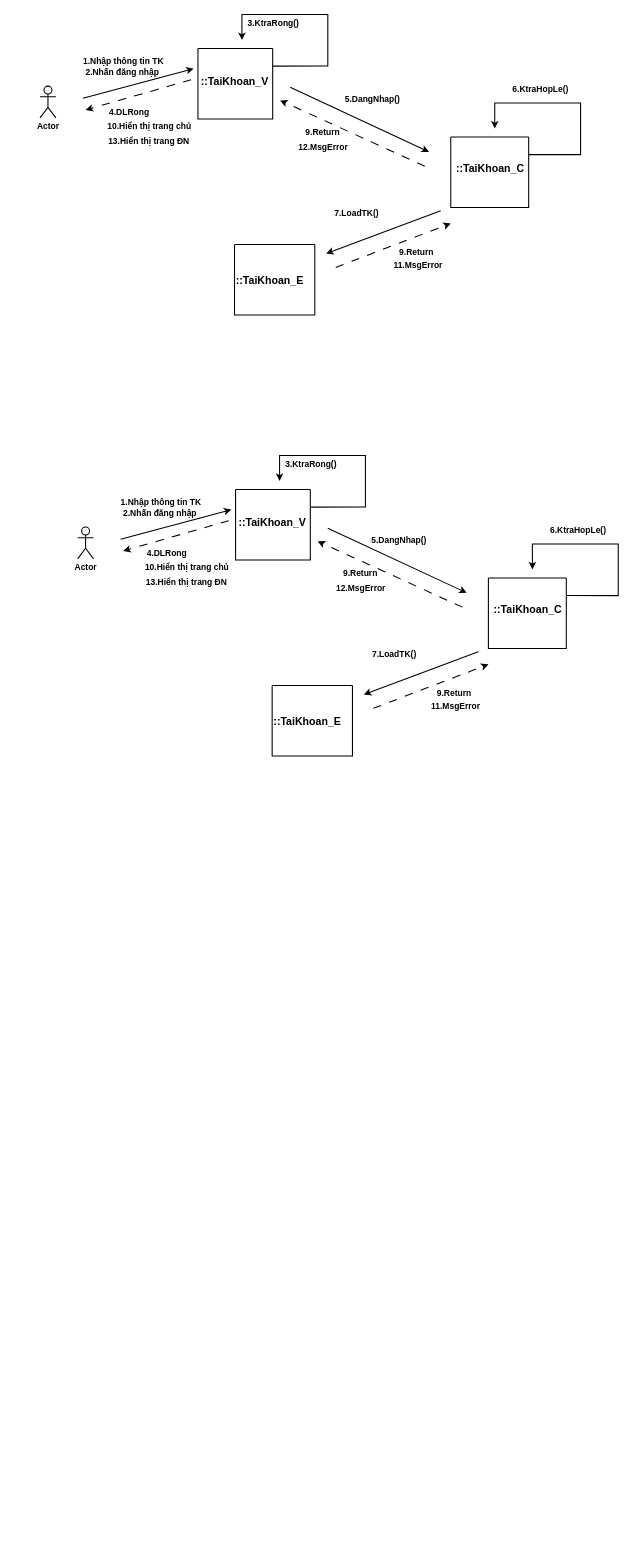
The draw.io diagram C6SODO.drawio in nguyenngocnghia112k/DOANCN, before the edit. Source tidied: cells renumbered, new cells numbered last; positions are measured from the earlier drawing's top-left corner, leaving out a move shared by most shapes. Both pictures are drawn from the tidied source at 53%, with x=0, y=0 at pixel (40, 14).
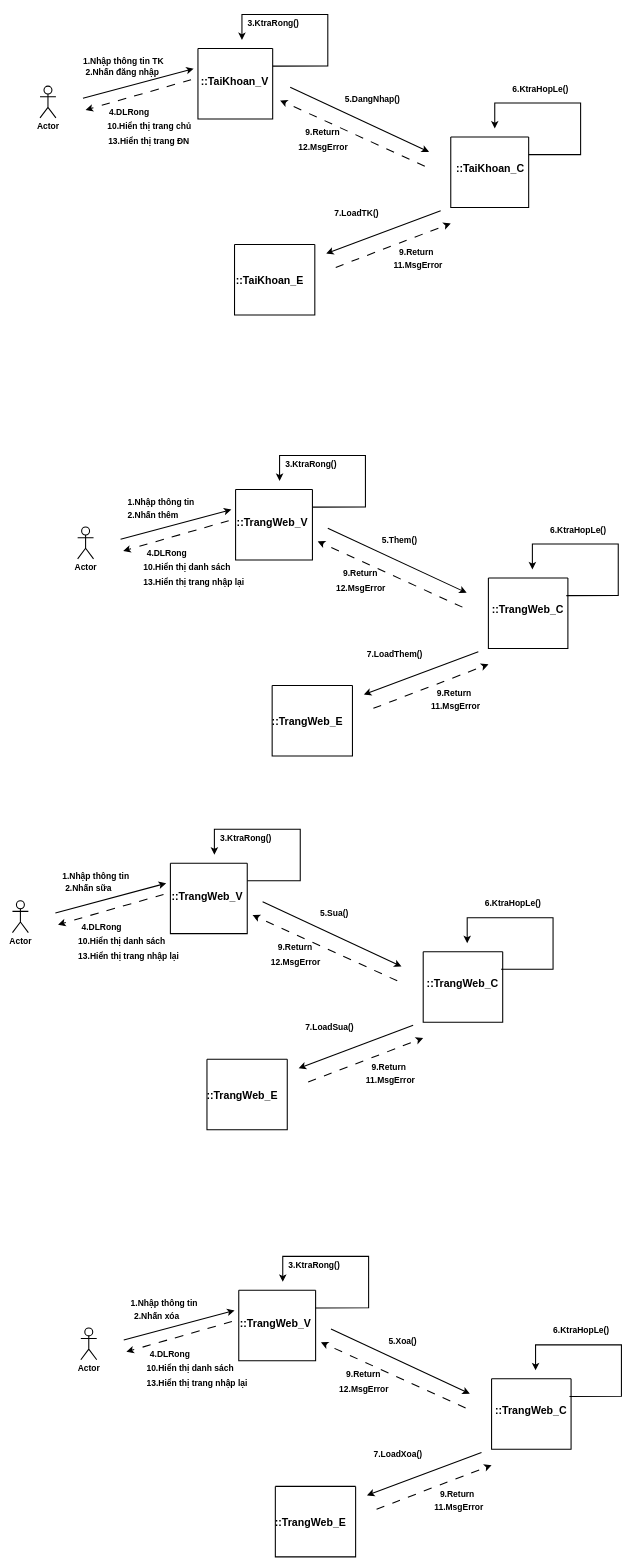
The same diagram, later.

Commit message (it also covers changes not shown here):
Cập nhật C6SODO.drawio

Unchanged cells that the change refers to:
```xml
<mxCell id="38" style="swimlane;startSize=0;fontSize=20;fontStyle=1;strokeWidth=2;html=1;" parent="1" vertex="1">
  <mxGeometry x="438" y="1266" width="151.5" height="133" as="geometry" />
</mxCell>
```

What changed in the source:
```diff
@@
     <mxCell id="31" style="swimlane;startSize=0;fontSize=20;fontStyle=1;strokeWidth=2;html=1;" parent="1" vertex="1">
-      <mxGeometry x="369" y="896" width="141" height="133" as="geometry" />
+      <mxGeometry x="369" y="896" width="145" height="133" as="geometry" />
     </mxCell>
-    <mxCell id="32" value="::TaiKhoan_V" style="text;html=1;align=center;verticalAlign=middle;strokeColor=none;fillColor=none;fontSize=20;fontStyle=1;strokeWidth=2;" parent="31" vertex="1">
-      <mxGeometry x="-4" y="44" width="145" height="36" as="geometry" />
+    <mxCell id="32" value="::TrangWeb_V" style="text;html=1;align=center;verticalAlign=middle;strokeColor=none;fillColor=none;fontSize=20;fontStyle=1;strokeWidth=2;" parent="31" vertex="1">
+      <mxGeometry x="-7" y="44" width="152" height="36" as="geometry" />
     </mxCell>
@@
-    <mxCell id="34" value="1.Nhập thông tin TK" style="text;html=1;align=center;verticalAlign=middle;strokeColor=none;fillColor=none;fontSize=16;fontStyle=1;strokeWidth=2;" parent="1" vertex="1">
-      <mxGeometry x="143" y="904" width="170" height="31" as="geometry" />
+    <mxCell id="34" value="1.Nhập thông tin" style="text;html=1;align=center;verticalAlign=middle;strokeColor=none;fillColor=none;fontSize=16;fontStyle=1;strokeWidth=2;" parent="1" vertex="1">
+      <mxGeometry x="156" y="904" width="144" height="31" as="geometry" />
     </mxCell>
@@
     <mxCell id="36" style="swimlane;startSize=0;fontSize=20;fontStyle=1;strokeWidth=2;html=1;" parent="1" vertex="1">
-      <mxGeometry x="846" y="1063" width="147" height="133" as="geometry" />
+      <mxGeometry x="846" y="1063" width="150" height="133" as="geometry" />
     </mxCell>
-    <mxCell id="37" value="::TaiKhoan_C" style="text;html=1;align=center;verticalAlign=middle;strokeColor=none;fillColor=none;fontSize=20;fontStyle=1;strokeWidth=2;" parent="36" vertex="1">
-      <mxGeometry y="41" width="147" height="36" as="geometry" />
+    <mxCell id="37" value="::TrangWeb_C" style="text;html=1;align=center;verticalAlign=middle;strokeColor=none;fillColor=none;fontSize=20;fontStyle=1;strokeWidth=2;" parent="36" vertex="1">
+      <mxGeometry x="-3" y="41" width="153" height="36" as="geometry" />
     </mxCell>
@@
-    <mxCell id="39" value="::TaiKhoan_E" style="text;html=1;align=center;verticalAlign=middle;strokeColor=none;fillColor=none;fontSize=20;fontStyle=1;strokeWidth=2;" parent="38" vertex="1">
-      <mxGeometry x="-7" y="48.5" width="145" height="36" as="geometry" />
+    <mxCell id="39" value="::TrangWeb_E" style="text;html=1;align=center;verticalAlign=middle;strokeColor=none;fillColor=none;fontSize=20;fontStyle=1;strokeWidth=2;" parent="38" vertex="1">
+      <mxGeometry x="-10" y="48.5" width="152" height="36" as="geometry" />
     </mxCell>
-    <mxCell id="40" value="2.Nhấn đăng nhập" style="text;html=1;align=center;verticalAlign=middle;strokeColor=none;fillColor=none;fontSize=16;fontStyle=1;strokeWidth=2;" parent="1" vertex="1">
-      <mxGeometry x="147" y="925" width="157" height="31" as="geometry" />
+    <mxCell id="40" value="2.Nhấn thêm" style="text;html=1;align=center;verticalAlign=middle;strokeColor=none;fillColor=none;fontSize=16;fontStyle=1;strokeWidth=2;" parent="1" vertex="1">
+      <mxGeometry x="156" y="928" width="114" height="31" as="geometry" />
     </mxCell>
@@
-    <mxCell id="51" value="10.Hiển thị trang chủ" style="text;html=1;align=center;verticalAlign=middle;strokeColor=none;fillColor=none;fontSize=16;strokeWidth=2;fontStyle=1;" parent="1" vertex="1">
-      <mxGeometry x="189" y="1027" width="176" height="31" as="geometry" />
+    <mxCell id="51" value="10.Hiển thị danh sách" style="text;html=1;align=center;verticalAlign=middle;strokeColor=none;fillColor=none;fontSize=16;strokeWidth=2;fontStyle=1;" parent="1" vertex="1">
+      <mxGeometry x="186" y="1027" width="182" height="31" as="geometry" />
     </mxCell>
-    <mxCell id="52" value="13.Hiển thị trang ĐN" style="text;html=1;align=center;verticalAlign=middle;strokeColor=none;fillColor=none;fontSize=16;strokeWidth=2;fontStyle=1;" parent="1" vertex="1">
-      <mxGeometry x="190" y="1055" width="171" height="31" as="geometry" />
+    <mxCell id="52" value="13.Hiển thị trang nhập lại" style="text;html=1;align=center;verticalAlign=middle;strokeColor=none;fillColor=none;fontSize=16;strokeWidth=2;fontStyle=1;" parent="1" vertex="1">
+      <mxGeometry x="186" y="1055" width="208" height="31" as="geometry" />
     </mxCell>
@@
-    <mxCell id="54" value="7.LoadTK()" style="text;html=1;align=center;verticalAlign=middle;strokeColor=none;fillColor=none;fontSize=16;strokeWidth=2;fontStyle=1;" parent="1" vertex="1">
-      <mxGeometry x="617" y="1190" width="102" height="31" as="geometry" />
+    <mxCell id="54" value="7.LoadThem()" style="text;html=1;align=center;verticalAlign=middle;strokeColor=none;fillColor=none;fontSize=16;strokeWidth=2;fontStyle=1;" parent="1" vertex="1">
+      <mxGeometry x="607" y="1190" width="123" height="31" as="geometry" />
     </mxCell>
@@
-    <mxCell id="56" value="5.DangNhap()" style="text;html=1;align=center;verticalAlign=middle;strokeColor=none;fillColor=none;fontSize=16;fontStyle=1;" parent="1" vertex="1">
-      <mxGeometry x="616" y="975" width="122" height="31" as="geometry" />
+    <mxCell id="56" value="5.Them()" style="text;html=1;align=center;verticalAlign=middle;strokeColor=none;fillColor=none;fontSize=16;fontStyle=1;" parent="1" vertex="1">
+      <mxGeometry x="635" y="975" width="85" height="31" as="geometry" />
     </mxCell>
@@
+    <mxCell id="58" style="endArrow=classic;html=1;rounded=0;fontSize=12;startSize=8;endSize=8;edgeStyle=orthogonalEdgeStyle;exitX=1;exitY=0.25;exitDx=0;exitDy=0;fontStyle=1;strokeWidth=2;" parent="1" edge="1" source="60">
+      <mxGeometry relative="1" as="geometry">
+        <mxPoint x="329" y="1585.1" as="targetPoint" />
+        <Array as="points">
+          <mxPoint x="393" y="1634.1" />
+          <mxPoint x="491" y="1634.1" />
+          <mxPoint x="491" y="1537.1" />
+          <mxPoint x="329" y="1537.1" />
+        </Array>
+      </mxGeometry>
+    </mxCell>
+    <mxCell id="59" value="Actor" style="shape=umlActor;verticalLabelPosition=bottom;verticalAlign=top;html=1;fontSize=16;perimeterSpacing=0;strokeWidth=2;fontStyle=1;" parent="1" vertex="1">
+      <mxGeometry x="-52" y="1672.1" width="30" height="60" as="geometry" />
+    </mxCell>
+    <mxCell id="60" style="swimlane;startSize=0;fontSize=20;fontStyle=1;strokeWidth=2;html=1;" parent="1" vertex="1">
+      <mxGeometry x="246" y="1601.1" width="145" height="133" as="geometry" />
+    </mxCell>
+    <mxCell id="61" value="::TrangWeb_V" style="text;html=1;align=center;verticalAlign=middle;strokeColor=none;fillColor=none;fontSize=20;fontStyle=1;strokeWidth=2;" parent="60" vertex="1">
+      <mxGeometry x="-7" y="44" width="152" height="36" as="geometry" />
+    </mxCell>
+    <mxCell id="62" style="endArrow=classic;html=1;rounded=0;fontSize=12;startSize=8;endSize=8;curved=1;fontStyle=1;strokeWidth=2;" parent="1" edge="1">
+      <mxGeometry relative="1" as="geometry">
+        <mxPoint x="29" y="1695.1" as="sourcePoint" />
+        <mxPoint x="238" y="1639.1" as="targetPoint" />
+      </mxGeometry>
+    </mxCell>
+    <mxCell id="63" value="1.Nhập thông tin" style="text;html=1;align=center;verticalAlign=middle;strokeColor=none;fillColor=none;fontSize=16;fontStyle=1;strokeWidth=2;" parent="1" vertex="1">
+      <mxGeometry x="33" y="1609.1" width="144" height="31" as="geometry" />
+    </mxCell>
+    <mxCell id="64" style="endArrow=classic;html=1;rounded=0;fontSize=12;startSize=8;endSize=8;edgeStyle=orthogonalEdgeStyle;exitX=1;exitY=0.25;exitDx=0;exitDy=0;fontStyle=1;strokeWidth=2;" parent="1" edge="1" source="65">
+      <mxGeometry relative="1" as="geometry">
+        <mxPoint x="806" y="1752.1" as="targetPoint" />
+        <Array as="points">
+          <mxPoint x="870" y="1801.1" />
+          <mxPoint x="968" y="1801.1" />
+          <mxPoint x="968" y="1704.1" />
+          <mxPoint x="806" y="1704.1" />
+        </Array>
+      </mxGeometry>
+    </mxCell>
+    <mxCell id="65" style="swimlane;startSize=0;fontSize=20;fontStyle=1;strokeWidth=2;html=1;" parent="1" vertex="1">
+      <mxGeometry x="723" y="1768.1" width="150" height="133" as="geometry" />
+    </mxCell>
+    <mxCell id="66" value="::TrangWeb_C" style="text;html=1;align=center;verticalAlign=middle;strokeColor=none;fillColor=none;fontSize=20;fontStyle=1;strokeWidth=2;" parent="65" vertex="1">
+      <mxGeometry x="-3" y="41" width="153" height="36" as="geometry" />
+    </mxCell>
+    <mxCell id="67" style="swimlane;startSize=0;fontSize=20;fontStyle=1;strokeWidth=2;html=1;" parent="1" vertex="1">
+      <mxGeometry x="315" y="1971.1" width="151.5" height="133" as="geometry" />
+    </mxCell>
+    <mxCell id="68" value="::TrangWeb_E" style="text;html=1;align=center;verticalAlign=middle;strokeColor=none;fillColor=none;fontSize=20;fontStyle=1;strokeWidth=2;" parent="67" vertex="1">
+      <mxGeometry x="-10" y="48.5" width="152" height="36" as="geometry" />
+    </mxCell>
+    <mxCell id="69" value="2.Nhấn sữa" style="text;html=1;align=center;verticalAlign=middle;strokeColor=none;fillColor=none;fontSize=16;fontStyle=1;strokeWidth=2;" parent="1" vertex="1">
+      <mxGeometry x="38" y="1633.1" width="105" height="31" as="geometry" />
+    </mxCell>
+    <mxCell id="70" value="3.KtraRong()" style="text;html=1;align=center;verticalAlign=middle;strokeColor=none;fillColor=none;fontSize=16;strokeWidth=2;fontStyle=1;" parent="1" vertex="1">
+      <mxGeometry x="330" y="1538.1" width="115" height="31" as="geometry" />
+    </mxCell>
+    <mxCell id="71" style="endArrow=classic;html=1;rounded=0;fontSize=12;startSize=8;endSize=8;curved=1;dashed=1;dashPattern=8 8;strokeWidth=2;fontStyle=1;" parent="1" edge="1">
+      <mxGeometry relative="1" as="geometry">
+        <mxPoint x="233" y="1660.1" as="sourcePoint" />
+        <mxPoint x="34" y="1717.1" as="targetPoint" />
+      </mxGeometry>
+    </mxCell>
+    <mxCell id="72" style="endArrow=classic;html=1;rounded=0;fontSize=12;startSize=8;endSize=8;curved=1;dashed=1;dashPattern=8 8;strokeWidth=2;fontStyle=1;" parent="1" edge="1">
+      <mxGeometry relative="1" as="geometry">
+        <mxPoint x="674" y="1823.1" as="sourcePoint" />
+        <mxPoint x="401" y="1699.1" as="targetPoint" />
+      </mxGeometry>
+    </mxCell>
+    <mxCell id="73" style="endArrow=classic;html=1;rounded=0;fontSize=12;startSize=8;endSize=8;curved=1;fontStyle=1;strokeWidth=2;" parent="1" edge="1">
+      <mxGeometry relative="1" as="geometry">
+        <mxPoint x="420" y="1674.1" as="sourcePoint" />
+        <mxPoint x="682" y="1796.1" as="targetPoint" />
+      </mxGeometry>
+    </mxCell>
+    <mxCell id="74" style="endArrow=classic;html=1;rounded=0;fontSize=12;startSize=8;endSize=8;curved=1;fontStyle=1;strokeWidth=2;" parent="1" edge="1">
+      <mxGeometry relative="1" as="geometry">
+        <mxPoint x="704" y="1907.1" as="sourcePoint" />
+        <mxPoint x="488" y="1988.1" as="targetPoint" />
+      </mxGeometry>
+    </mxCell>
+    <mxCell id="75" style="endArrow=classic;html=1;rounded=0;fontSize=12;startSize=8;endSize=8;curved=1;dashed=1;dashPattern=8 8;strokeWidth=2;fontStyle=1;" parent="1" edge="1">
+      <mxGeometry relative="1" as="geometry">
+        <mxPoint x="506" y="2014.1" as="sourcePoint" />
+        <mxPoint x="723" y="1931.1" as="targetPoint" />
+      </mxGeometry>
+    </mxCell>
+    <mxCell id="76" value="6.KtraHopLe()" style="text;html=1;align=center;verticalAlign=middle;strokeColor=none;fillColor=none;fontSize=16;strokeWidth=2;fontStyle=1;" parent="1" vertex="1">
+      <mxGeometry x="830" y="1661.1" width="124" height="31" as="geometry" />
+    </mxCell>
+    <mxCell id="77" value="9.Return" style="text;html=1;align=center;verticalAlign=middle;strokeColor=none;fillColor=none;fontSize=16;strokeWidth=2;fontStyle=1;" parent="1" vertex="1">
+      <mxGeometry x="439" y="1743.1" width="83" height="31" as="geometry" />
+    </mxCell>
+    <mxCell id="78" value="12.MsgError" style="text;html=1;align=center;verticalAlign=middle;strokeColor=none;fillColor=none;fontSize=16;strokeWidth=2;fontStyle=1;" parent="1" vertex="1">
+      <mxGeometry x="426" y="1771.1" width="111" height="31" as="geometry" />
+    </mxCell>
+    <mxCell id="79" value="4.DLRong" style="text;html=1;align=center;verticalAlign=middle;strokeColor=none;fillColor=none;fontSize=16;strokeWidth=2;fontStyle=1;" parent="1" vertex="1">
+      <mxGeometry x="69" y="1705.1" width="94" height="31" as="geometry" />
+    </mxCell>
+    <mxCell id="80" value="10.Hiển thị danh sách" style="text;html=1;align=center;verticalAlign=middle;strokeColor=none;fillColor=none;fontSize=16;strokeWidth=2;fontStyle=1;" parent="1" vertex="1">
+      <mxGeometry x="63" y="1732.1" width="182" height="31" as="geometry" />
+    </mxCell>
+    <mxCell id="81" value="13.Hiển thị trang nhập lại" style="text;html=1;align=center;verticalAlign=middle;strokeColor=none;fillColor=none;fontSize=16;strokeWidth=2;fontStyle=1;" parent="1" vertex="1">
+      <mxGeometry x="63" y="1760.1" width="208" height="31" as="geometry" />
+    </mxCell>
+    <mxCell id="82" value="9.Return" style="text;whiteSpace=wrap;html=1;fontSize=16;strokeWidth=2;fontStyle=1;" parent="1" vertex="1">
+      <mxGeometry x="623.5" y="1969.1" width="89" height="41" as="geometry" />
+    </mxCell>
+    <mxCell id="83" value="7.LoadSua()" style="text;html=1;align=center;verticalAlign=middle;strokeColor=none;fillColor=none;fontSize=16;strokeWidth=2;fontStyle=1;" parent="1" vertex="1">
+      <mxGeometry x="491" y="1895.1" width="110" height="31" as="geometry" />
+    </mxCell>
+    <mxCell id="84" value="11.MsgError" style="text;html=1;align=center;verticalAlign=middle;strokeColor=none;fillColor=none;fontSize=16;strokeWidth=2;fontStyle=1;" parent="1" vertex="1">
+      <mxGeometry x="605.5" y="1994.1" width="110" height="31" as="geometry" />
+    </mxCell>
+    <mxCell id="85" value="5.Sua()" style="text;html=1;align=center;verticalAlign=middle;strokeColor=none;fillColor=none;fontSize=16;fontStyle=1;" parent="1" vertex="1">
+      <mxGeometry x="519" y="1680.1" width="71" height="31" as="geometry" />
+    </mxCell>
+    <mxCell id="86" style="endArrow=classic;html=1;rounded=0;fontSize=12;startSize=8;endSize=8;edgeStyle=orthogonalEdgeStyle;exitX=1;exitY=0.25;exitDx=0;exitDy=0;fontStyle=1;strokeWidth=2;" parent="1" edge="1" source="88">
+      <mxGeometry relative="1" as="geometry">
+        <mxPoint x="458" y="2391" as="targetPoint" />
+        <Array as="points">
+          <mxPoint x="522" y="2440" />
+          <mxPoint x="620" y="2440" />
+          <mxPoint x="620" y="2343" />
+          <mxPoint x="458" y="2343" />
+        </Array>
+      </mxGeometry>
+    </mxCell>
+    <mxCell id="87" value="Actor" style="shape=umlActor;verticalLabelPosition=bottom;verticalAlign=top;html=1;fontSize=16;perimeterSpacing=0;strokeWidth=2;fontStyle=1;" parent="1" vertex="1">
+      <mxGeometry x="77" y="2478" width="30" height="60" as="geometry" />
+    </mxCell>
+    <mxCell id="88" style="swimlane;startSize=0;fontSize=20;fontStyle=1;strokeWidth=2;html=1;" parent="1" vertex="1">
+      <mxGeometry x="375" y="2407" width="145" height="133" as="geometry" />
+    </mxCell>
+    <mxCell id="89" value="::TrangWeb_V" style="text;html=1;align=center;verticalAlign=middle;strokeColor=none;fillColor=none;fontSize=20;fontStyle=1;strokeWidth=2;" parent="88" vertex="1">
+      <mxGeometry x="-7" y="44" width="152" height="36" as="geometry" />
+    </mxCell>
+    <mxCell id="90" style="endArrow=classic;html=1;rounded=0;fontSize=12;startSize=8;endSize=8;curved=1;fontStyle=1;strokeWidth=2;" parent="1" edge="1">
+      <mxGeometry relative="1" as="geometry">
+        <mxPoint x="158" y="2501" as="sourcePoint" />
+        <mxPoint x="367" y="2445" as="targetPoint" />
+      </mxGeometry>
+    </mxCell>
+    <mxCell id="91" value="1.Nhập thông tin" style="text;html=1;align=center;verticalAlign=middle;strokeColor=none;fillColor=none;fontSize=16;fontStyle=1;strokeWidth=2;" parent="1" vertex="1">
+      <mxGeometry x="162" y="2415" width="144" height="31" as="geometry" />
+    </mxCell>
+    <mxCell id="92" style="endArrow=classic;html=1;rounded=0;fontSize=12;startSize=8;endSize=8;edgeStyle=orthogonalEdgeStyle;exitX=1;exitY=0.25;exitDx=0;exitDy=0;fontStyle=1;strokeWidth=2;" parent="1" edge="1" source="93">
+      <mxGeometry relative="1" as="geometry">
+        <mxPoint x="935" y="2558" as="targetPoint" />
+        <Array as="points">
+          <mxPoint x="999" y="2607" />
+          <mxPoint x="1097" y="2607" />
+          <mxPoint x="1097" y="2510" />
+          <mxPoint x="935" y="2510" />
+        </Array>
+      </mxGeometry>
+    </mxCell>
+    <mxCell id="93" style="swimlane;startSize=0;fontSize=20;fontStyle=1;strokeWidth=2;html=1;" parent="1" vertex="1">
+      <mxGeometry x="852" y="2574" width="150" height="133" as="geometry" />
+    </mxCell>
+    <mxCell id="94" value="::TrangWeb_C" style="text;html=1;align=center;verticalAlign=middle;strokeColor=none;fillColor=none;fontSize=20;fontStyle=1;strokeWidth=2;" parent="93" vertex="1">
+      <mxGeometry x="-3" y="41" width="153" height="36" as="geometry" />
+    </mxCell>
+    <mxCell id="95" style="swimlane;startSize=0;fontSize=20;fontStyle=1;strokeWidth=2;html=1;" parent="1" vertex="1">
+      <mxGeometry x="444" y="2777" width="151.5" height="133" as="geometry" />
+    </mxCell>
+    <mxCell id="96" value="::TrangWeb_E" style="text;html=1;align=center;verticalAlign=middle;strokeColor=none;fillColor=none;fontSize=20;fontStyle=1;strokeWidth=2;" parent="95" vertex="1">
+      <mxGeometry x="-10" y="48.5" width="152" height="36" as="geometry" />
+    </mxCell>
+    <mxCell id="97" value="2.Nhấn xóa" style="text;html=1;align=center;verticalAlign=middle;strokeColor=none;fillColor=none;fontSize=16;fontStyle=1;strokeWidth=2;" parent="1" vertex="1">
+      <mxGeometry x="168" y="2439" width="103" height="31" as="geometry" />
+    </mxCell>
+    <mxCell id="98" value="3.KtraRong()" style="text;html=1;align=center;verticalAlign=middle;strokeColor=none;fillColor=none;fontSize=16;strokeWidth=2;fontStyle=1;" parent="1" vertex="1">
+      <mxGeometry x="459" y="2344" width="115" height="31" as="geometry" />
+    </mxCell>
+    <mxCell id="99" style="endArrow=classic;html=1;rounded=0;fontSize=12;startSize=8;endSize=8;curved=1;dashed=1;dashPattern=8 8;strokeWidth=2;fontStyle=1;" parent="1" edge="1">
+      <mxGeometry relative="1" as="geometry">
+        <mxPoint x="362" y="2466" as="sourcePoint" />
+        <mxPoint x="163" y="2523" as="targetPoint" />
+      </mxGeometry>
+    </mxCell>
+    <mxCell id="100" style="endArrow=classic;html=1;rounded=0;fontSize=12;startSize=8;endSize=8;curved=1;dashed=1;dashPattern=8 8;strokeWidth=2;fontStyle=1;" parent="1" edge="1">
+      <mxGeometry relative="1" as="geometry">
+        <mxPoint x="803" y="2629" as="sourcePoint" />
+        <mxPoint x="530" y="2505" as="targetPoint" />
+      </mxGeometry>
+    </mxCell>
+    <mxCell id="101" style="endArrow=classic;html=1;rounded=0;fontSize=12;startSize=8;endSize=8;curved=1;fontStyle=1;strokeWidth=2;" parent="1" edge="1">
+      <mxGeometry relative="1" as="geometry">
+        <mxPoint x="549" y="2480" as="sourcePoint" />
+        <mxPoint x="811" y="2602" as="targetPoint" />
+      </mxGeometry>
+    </mxCell>
+    <mxCell id="102" style="endArrow=classic;html=1;rounded=0;fontSize=12;startSize=8;endSize=8;curved=1;fontStyle=1;strokeWidth=2;" parent="1" edge="1">
+      <mxGeometry relative="1" as="geometry">
+        <mxPoint x="833" y="2713" as="sourcePoint" />
+        <mxPoint x="617" y="2794" as="targetPoint" />
+      </mxGeometry>
+    </mxCell>
+    <mxCell id="103" style="endArrow=classic;html=1;rounded=0;fontSize=12;startSize=8;endSize=8;curved=1;dashed=1;dashPattern=8 8;strokeWidth=2;fontStyle=1;" parent="1" edge="1">
+      <mxGeometry relative="1" as="geometry">
+        <mxPoint x="635" y="2820" as="sourcePoint" />
+        <mxPoint x="852" y="2737" as="targetPoint" />
+      </mxGeometry>
+    </mxCell>
+    <mxCell id="104" value="6.KtraHopLe()" style="text;html=1;align=center;verticalAlign=middle;strokeColor=none;fillColor=none;fontSize=16;strokeWidth=2;fontStyle=1;" parent="1" vertex="1">
+      <mxGeometry x="959" y="2467" width="124" height="31" as="geometry" />
+    </mxCell>
+    <mxCell id="105" value="9.Return" style="text;html=1;align=center;verticalAlign=middle;strokeColor=none;fillColor=none;fontSize=16;strokeWidth=2;fontStyle=1;" parent="1" vertex="1">
+      <mxGeometry x="568" y="2549" width="83" height="31" as="geometry" />
+    </mxCell>
+    <mxCell id="106" value="12.MsgError" style="text;html=1;align=center;verticalAlign=middle;strokeColor=none;fillColor=none;fontSize=16;strokeWidth=2;fontStyle=1;" parent="1" vertex="1">
+      <mxGeometry x="555" y="2577" width="111" height="31" as="geometry" />
+    </mxCell>
+    <mxCell id="107" value="4.DLRong" style="text;html=1;align=center;verticalAlign=middle;strokeColor=none;fillColor=none;fontSize=16;strokeWidth=2;fontStyle=1;" parent="1" vertex="1">
+      <mxGeometry x="198" y="2511" width="94" height="31" as="geometry" />
+    </mxCell>
+    <mxCell id="108" value="10.Hiển thị danh sách" style="text;html=1;align=center;verticalAlign=middle;strokeColor=none;fillColor=none;fontSize=16;strokeWidth=2;fontStyle=1;" parent="1" vertex="1">
+      <mxGeometry x="192" y="2538" width="182" height="31" as="geometry" />
+    </mxCell>
+    <mxCell id="109" value="13.Hiển thị trang nhập lại" style="text;html=1;align=center;verticalAlign=middle;strokeColor=none;fillColor=none;fontSize=16;strokeWidth=2;fontStyle=1;" parent="1" vertex="1">
+      <mxGeometry x="192" y="2566" width="208" height="31" as="geometry" />
+    </mxCell>
+    <mxCell id="110" value="9.Return" style="text;whiteSpace=wrap;html=1;fontSize=16;strokeWidth=2;fontStyle=1;" parent="1" vertex="1">
+      <mxGeometry x="752.5" y="2775" width="89" height="41" as="geometry" />
+    </mxCell>
+    <mxCell id="111" value="7.LoadXoa()" style="text;html=1;align=center;verticalAlign=middle;strokeColor=none;fillColor=none;fontSize=16;strokeWidth=2;fontStyle=1;" parent="1" vertex="1">
+      <mxGeometry x="620" y="2701" width="110" height="31" as="geometry" />
+    </mxCell>
+    <mxCell id="112" value="11.MsgError" style="text;html=1;align=center;verticalAlign=middle;strokeColor=none;fillColor=none;fontSize=16;strokeWidth=2;fontStyle=1;" parent="1" vertex="1">
+      <mxGeometry x="734.5" y="2800" width="110" height="31" as="geometry" />
+    </mxCell>
+    <mxCell id="113" value="5.Xoa()" style="text;html=1;align=center;verticalAlign=middle;strokeColor=none;fillColor=none;fontSize=16;fontStyle=1;" parent="1" vertex="1">
+      <mxGeometry x="648" y="2486" width="71" height="31" as="geometry" />
+    </mxCell>
```
